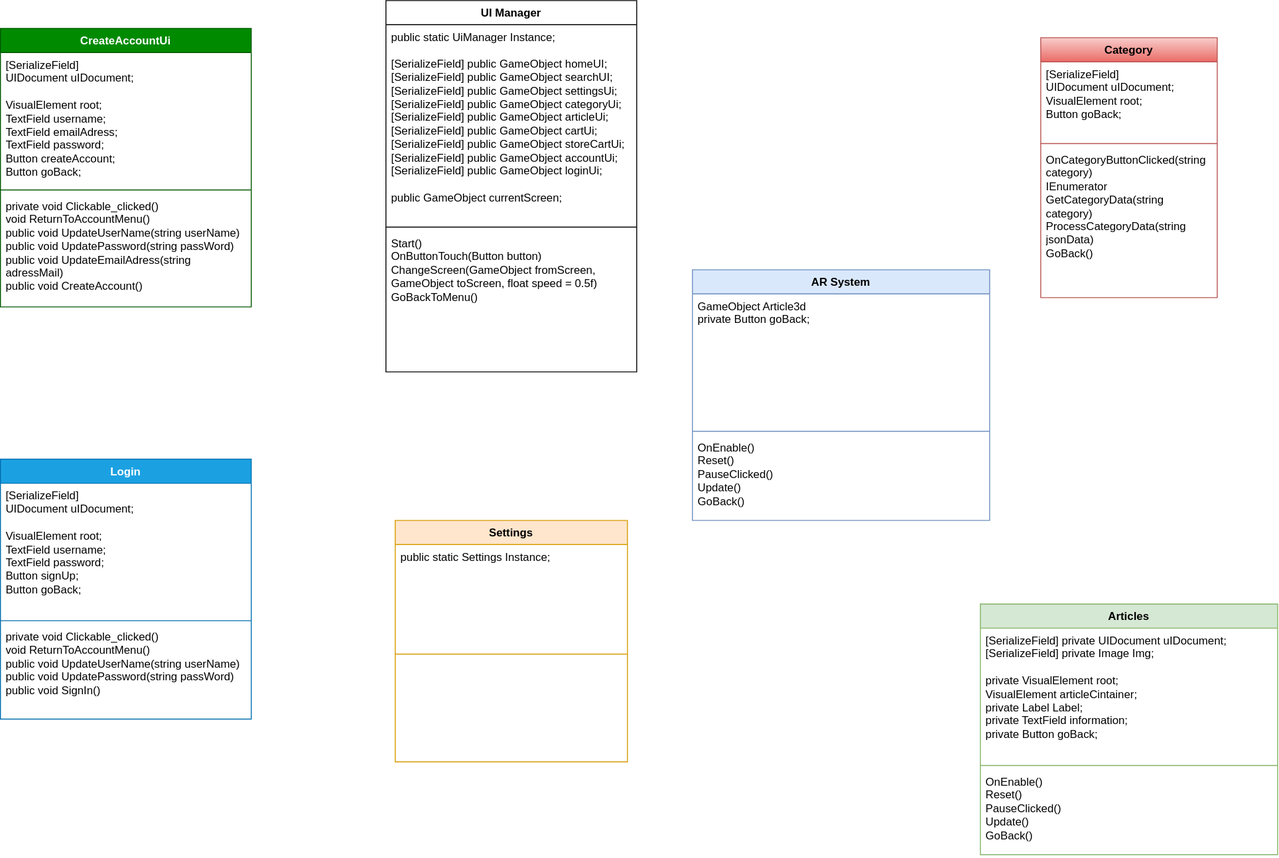
Before: DiagrammeClass.drawio.drawio.svg, a diagram exported from draw.io (Ashura100/Projet4). Source tidied: cells renumbered, new cells last; positions are measured from the earlier drawing's top-left corner, leaving out a move shared by most shapes.
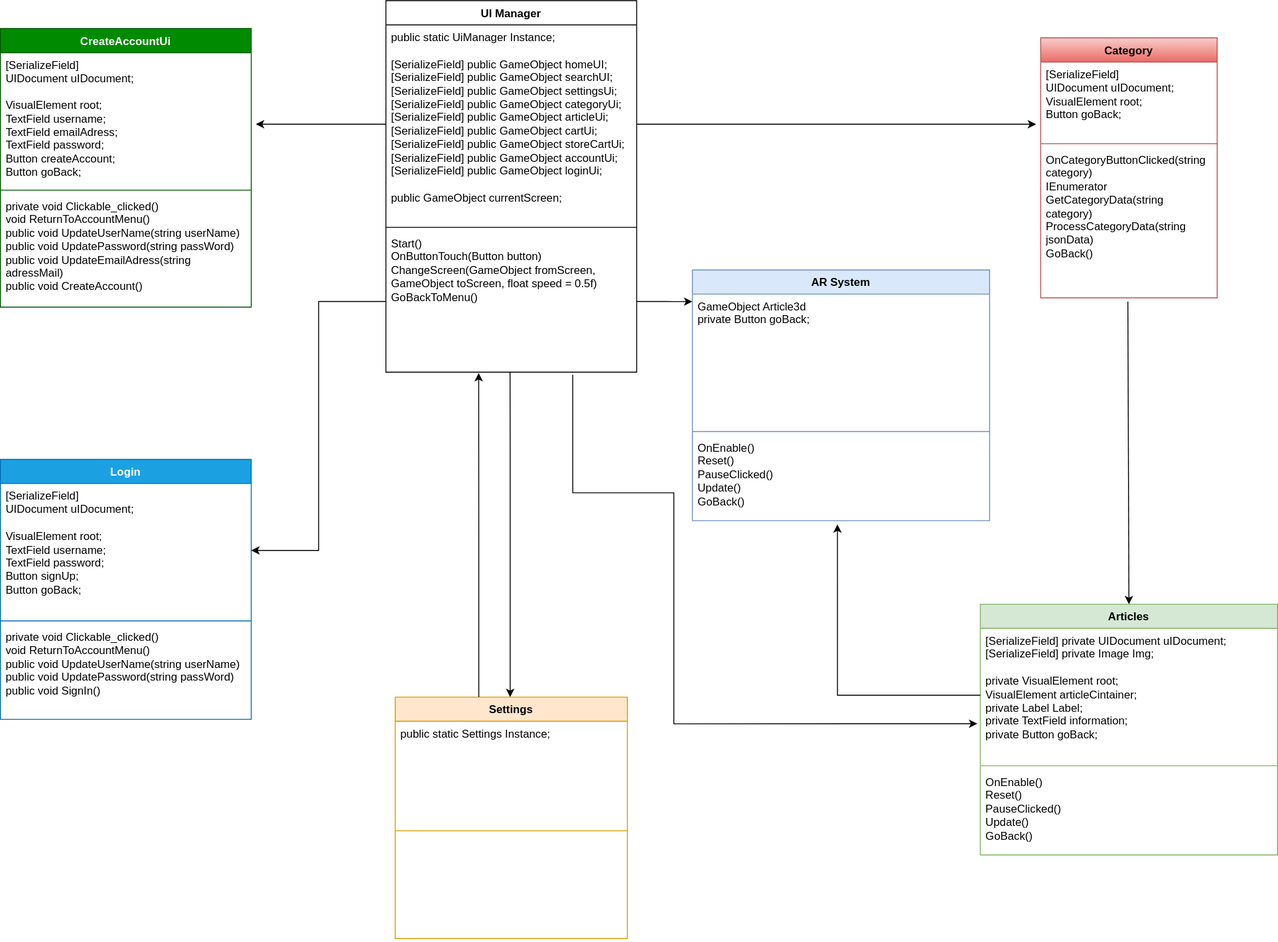
The same diagram one commit later.

Commit message:
Mettre à jour DiagrammeClass.drawio.drawio.svg

Change to the diagram source:
```diff
@@ -5,6 +5,11 @@
     <mxCell id="2" value="UI Manager" style="swimlane;fontStyle=1;align=center;verticalAlign=top;horizontal=1;startSize=26;whiteSpace=wrap;html=1;" parent="1" vertex="1">
       <mxGeometry x="415" width="270" height="400" as="geometry" />
     </mxCell>
+    <mxCell id="30" style="edgeStyle=orthogonalEdgeStyle;rounded=0;jettySize=auto;html=1;" parent="2" edge="1" source="3">
+      <mxGeometry relative="1" as="geometry">
+        <mxPoint x="-140" y="133" as="targetPoint" />
+      </mxGeometry>
+    </mxCell>
     <mxCell id="3" value="&lt;div&gt;public static UiManager Instance;&lt;/div&gt;&lt;div&gt;&lt;br&gt;&lt;/div&gt;&lt;div&gt;&lt;span style=&quot;background-color: initial;&quot;&gt;[SerializeField] public GameObject homeUI;&lt;/span&gt;&lt;/div&gt;&lt;div&gt;[SerializeField] public GameObject searchUI;&lt;/div&gt;&lt;div&gt;[SerializeField] public GameObject settingsUi;&lt;/div&gt;&lt;div&gt;[SerializeField] public GameObject categoryUi;&lt;/div&gt;&lt;div&gt;[SerializeField] public GameObject articleUi;&lt;/div&gt;&lt;div&gt;[SerializeField] public GameObject cartUi;&lt;/div&gt;&lt;div&gt;[SerializeField] public GameObject storeCartUi;&lt;/div&gt;&lt;div&gt;[SerializeField] public GameObject accountUi&lt;span style=&quot;background-color: initial;&quot;&gt;;&lt;/span&gt;&lt;/div&gt;&lt;div&gt;[SerializeField] public GameObject loginUi;&lt;span style=&quot;background-color: initial;&quot;&gt;&lt;br&gt;&lt;/span&gt;&lt;/div&gt;&lt;div&gt;&lt;br&gt;&lt;/div&gt;&lt;div&gt;public GameObject currentScreen;&lt;/div&gt;" style="text;strokeColor=none;fillColor=none;align=left;verticalAlign=top;spacingLeft=4;spacingRight=4;overflow=hidden;points=[[0,0.5],[1,0.5]];portConstraint=eastwest;whiteSpace=wrap;html=1;" parent="2" vertex="1">
       <mxGeometry y="26" width="270" height="214" as="geometry" />
     </mxCell>
@@ -15,7 +20,7 @@
       <mxGeometry y="248" width="270" height="152" as="geometry" />
     </mxCell>
     <mxCell id="6" value="Settings" style="swimlane;fontStyle=1;align=center;verticalAlign=top;horizontal=1;startSize=26;whiteSpace=wrap;html=1;fillColor=#ffe6cc;strokeColor=#d79b00;" parent="1" vertex="1">
-      <mxGeometry x="425" y="560" width="250" height="260" as="geometry" />
+      <mxGeometry x="425" y="750" width="250" height="260" as="geometry" />
     </mxCell>
     <mxCell id="7" value="public static Settings Instance;&lt;div&gt;&lt;br&gt;&lt;/div&gt;&lt;div&gt;&lt;br&gt;&lt;/div&gt;" style="text;strokeColor=none;fillColor=none;align=left;verticalAlign=top;spacingLeft=4;spacingRight=4;overflow=hidden;whiteSpace=wrap;html=1;" parent="6" vertex="1">
       <mxGeometry y="26" width="250" height="114" as="geometry" />
@@ -86,5 +91,48 @@
     <mxCell id="29" value="OnEnable()&lt;div&gt;Reset()&lt;br&gt;&lt;/div&gt;&lt;div&gt;PauseClicked()&lt;br&gt;&lt;/div&gt;&lt;div&gt;Update()&lt;/div&gt;&lt;div&gt;GoBack()&lt;/div&gt;" style="text;strokeColor=none;fillColor=none;align=left;verticalAlign=top;spacingLeft=4;spacingRight=4;overflow=hidden;points=[[0,0.5],[1,0.5]];portConstraint=eastwest;whiteSpace=wrap;html=1;" parent="26" vertex="1">
       <mxGeometry y="178" width="320" height="92" as="geometry" />
     </mxCell>
+    <mxCell id="31" style="edgeStyle=orthogonalEdgeStyle;rounded=0;jettySize=auto;html=1;entryX=-0.026;entryY=0.798;entryDx=0;entryDy=0;entryPerimeter=0;" parent="1" edge="1" source="3" target="11">
+      <mxGeometry relative="1" as="geometry" />
+    </mxCell>
+    <mxCell id="32" style="edgeStyle=orthogonalEdgeStyle;rounded=0;jettySize=auto;html=1;entryX=1;entryY=0.5;entryDx=0;entryDy=0;" parent="1" edge="1" source="5" target="19">
+      <mxGeometry relative="1" as="geometry" />
+    </mxCell>
+    <mxCell id="33" style="edgeStyle=orthogonalEdgeStyle;rounded=0;jettySize=auto;html=1;entryX=0;entryY=0.056;entryDx=0;entryDy=0;entryPerimeter=0;" parent="1" edge="1" source="5" target="27">
+      <mxGeometry relative="1" as="geometry" />
+    </mxCell>
+    <mxCell id="34" style="edgeStyle=orthogonalEdgeStyle;rounded=0;jettySize=auto;html=1;exitX=0.495;exitY=0.999;exitDx=0;exitDy=0;exitPerimeter=0;" parent="1" edge="1" source="5" target="6">
+      <mxGeometry relative="1" as="geometry">
+        <Array as="points">
+          <mxPoint x="549" y="480" />
+          <mxPoint x="550" y="480" />
+        </Array>
+      </mxGeometry>
+    </mxCell>
+    <mxCell id="35" style="edgeStyle=orthogonalEdgeStyle;rounded=0;jettySize=auto;html=1;entryX=-0.01;entryY=0.713;entryDx=0;entryDy=0;entryPerimeter=0;exitX=0.745;exitY=1.019;exitDx=0;exitDy=0;exitPerimeter=0;" parent="1" edge="1" source="5" target="23">
+      <mxGeometry relative="1" as="geometry">
+        <Array as="points">
+          <mxPoint x="616" y="530" />
+          <mxPoint x="725" y="530" />
+          <mxPoint x="725" y="779" />
+        </Array>
+      </mxGeometry>
+    </mxCell>
+    <mxCell id="36" style="edgeStyle=orthogonalEdgeStyle;rounded=0;jettySize=auto;html=1;entryX=0.5;entryY=0;entryDx=0;entryDy=0;exitX=0.494;exitY=1.025;exitDx=0;exitDy=0;exitPerimeter=0;" parent="1" edge="1" source="13" target="22">
+      <mxGeometry relative="1" as="geometry">
+        <Array as="points">
+          <mxPoint x="1215" y="324" />
+        </Array>
+      </mxGeometry>
+    </mxCell>
+    <mxCell id="37" style="edgeStyle=orthogonalEdgeStyle;rounded=0;jettySize=auto;html=1;entryX=0.37;entryY=1.006;entryDx=0;entryDy=0;entryPerimeter=0;exitX=0.36;exitY=0;exitDx=0;exitDy=0;exitPerimeter=0;" parent="1" edge="1" source="6" target="5">
+      <mxGeometry relative="1" as="geometry" />
+    </mxCell>
+    <mxCell id="38" style="edgeStyle=orthogonalEdgeStyle;rounded=0;jettySize=auto;html=1;entryX=0.488;entryY=1.043;entryDx=0;entryDy=0;entryPerimeter=0;" parent="1" edge="1" source="23" target="29">
+      <mxGeometry relative="1" as="geometry">
+        <Array as="points">
+          <mxPoint x="901" y="748" />
+        </Array>
+      </mxGeometry>
+    </mxCell>
   </root>
 </mxGraphModel>
```
